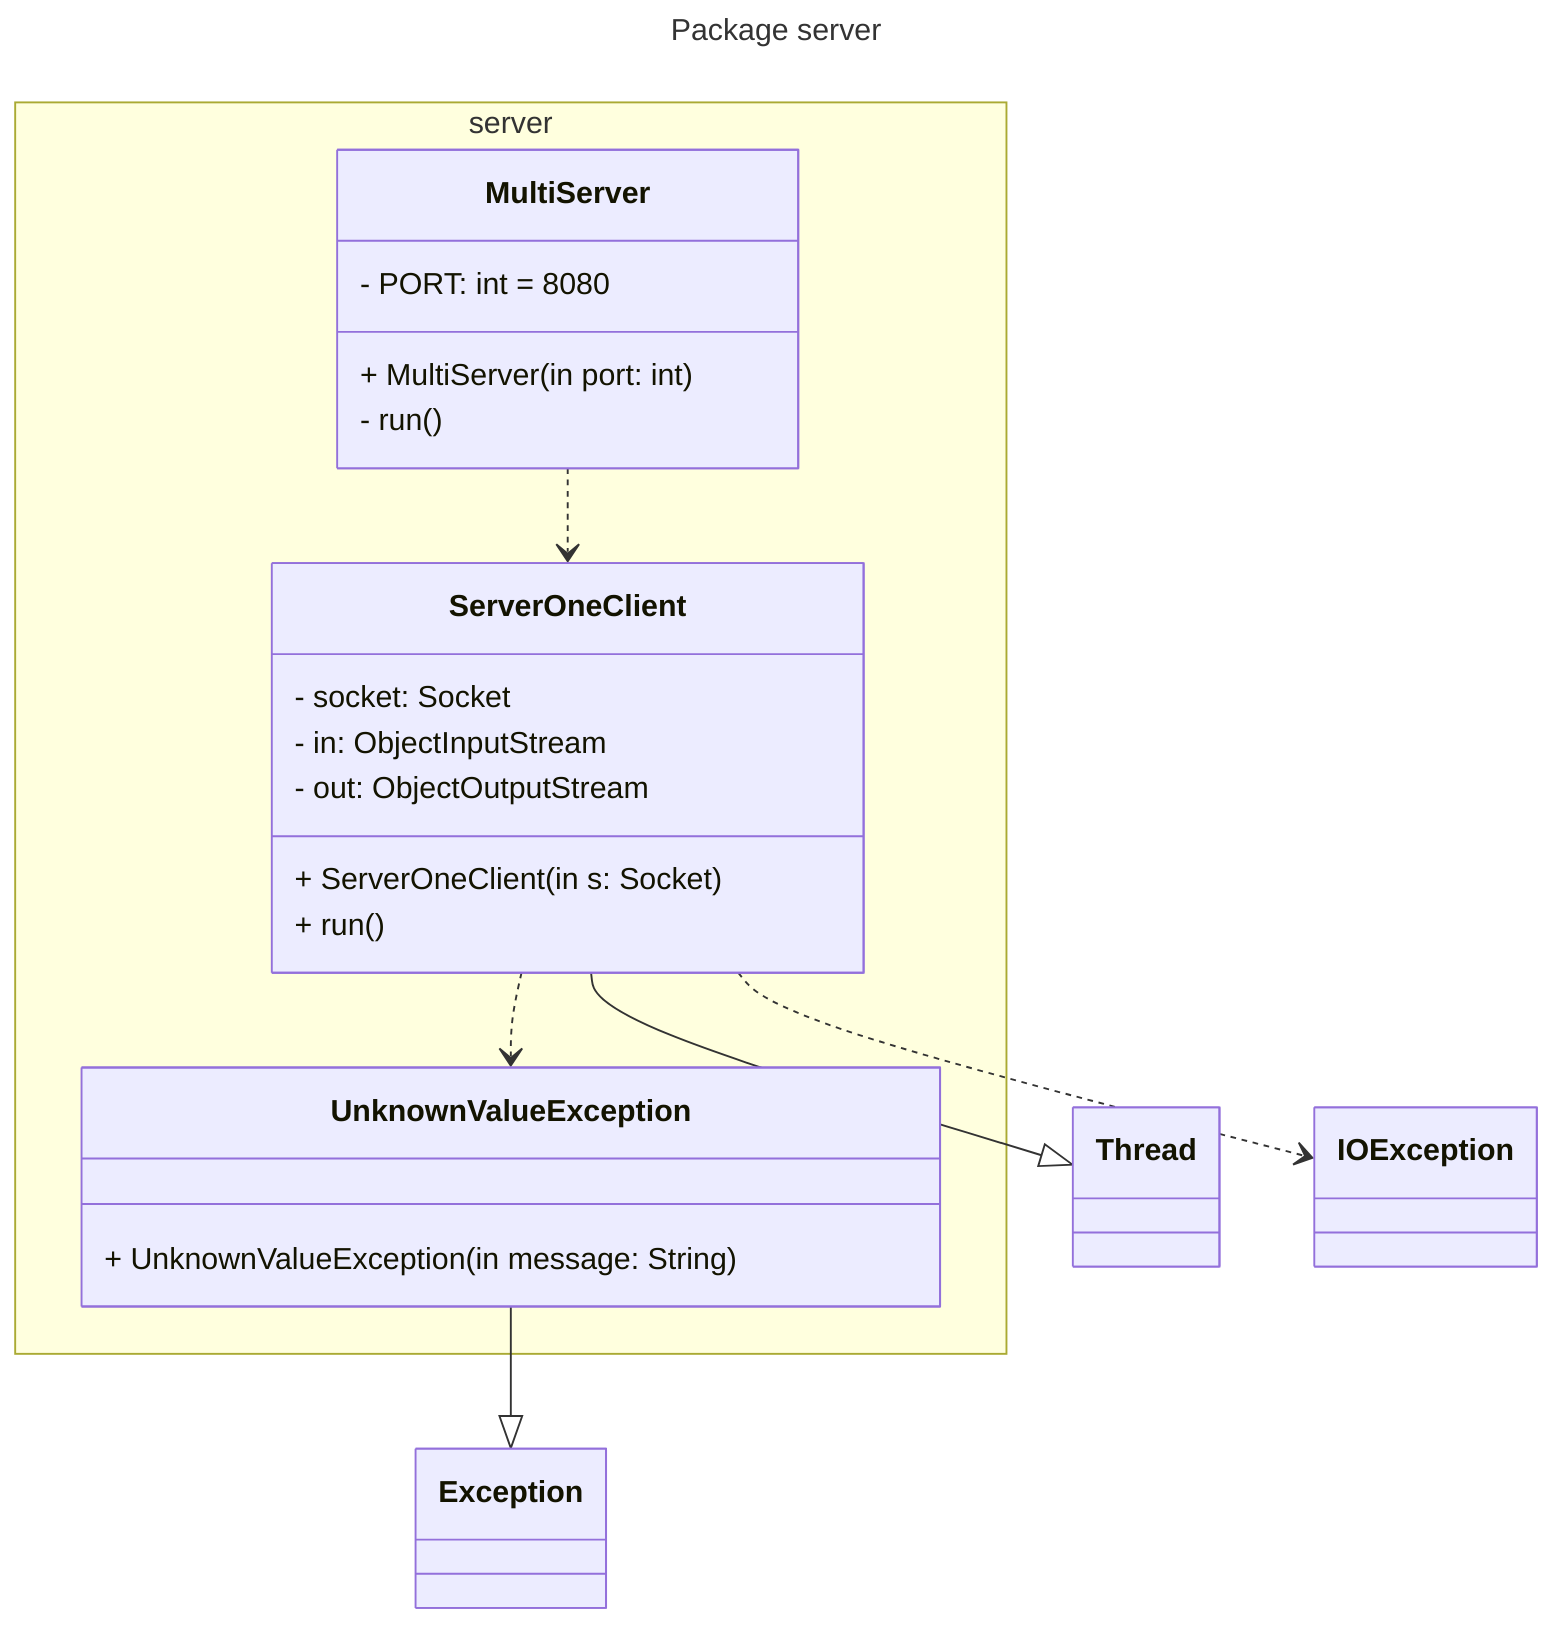
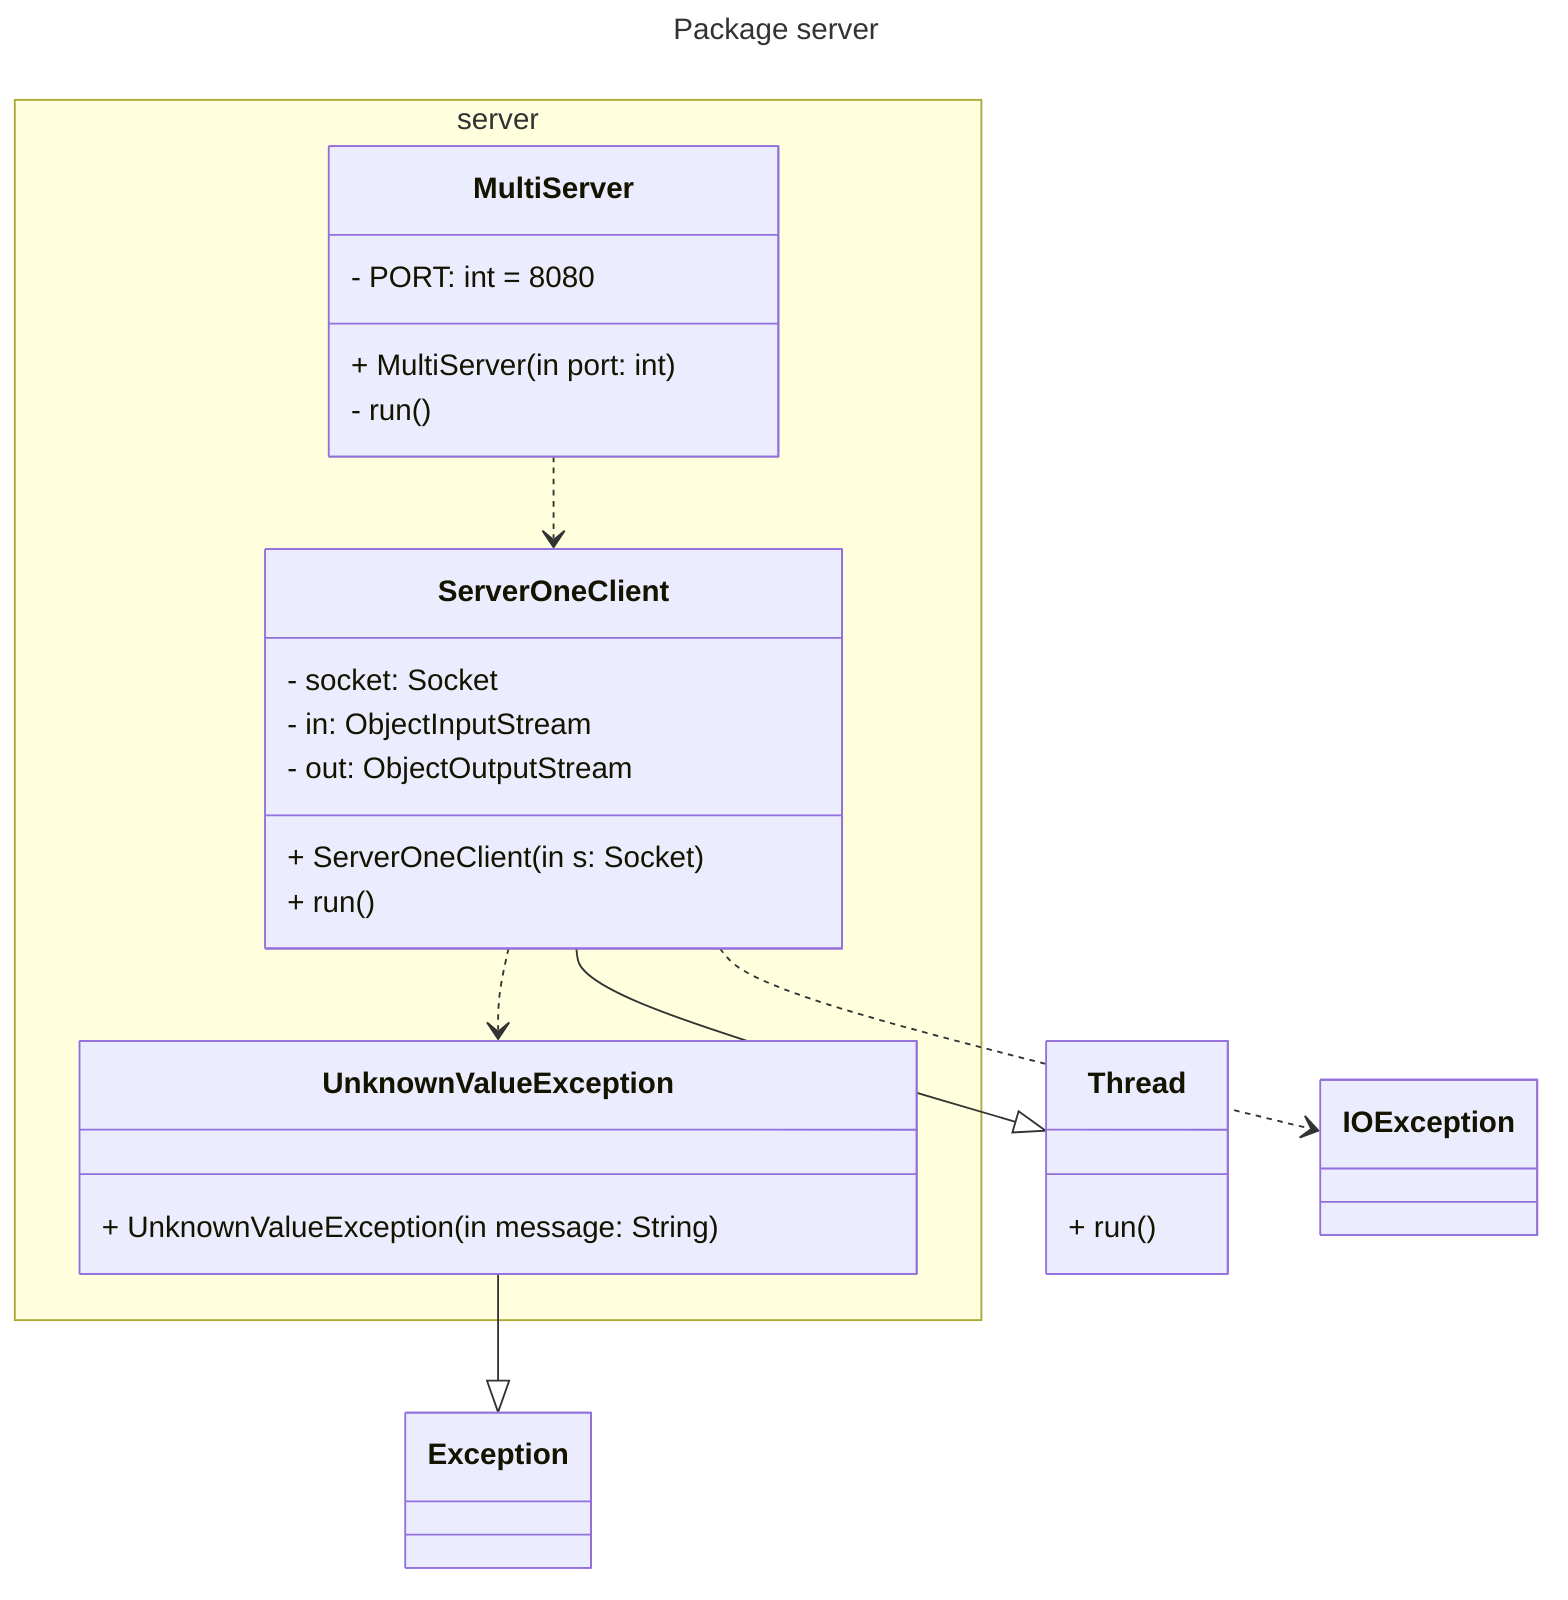
---
title: Package server
config:
  themeCSS: |
    .active rect {
      outline: 1.5px solid #9370DB;
      outline-offset: 3px;
    }
---
classDiagram
    namespace server {
        class MultiServer
        class ServerOneClient
        class UnknownValueException
    }
    class MultiServer {
        - PORT: int = 8080
        + MultiServer(in port: int)
        - run()
    }

    class ServerOneClient:::active {
        - socket: Socket
        - in: ObjectInputStream
        - out: ObjectOutputStream
        + ServerOneClient(in s: Socket)
        + run()
    }

    class UnknownValueException{
        + UnknownValueException(in message: String)
    }

    class Exception {
    }

    class Thread{
+       + run()
    }

    class IOException{
    }

    ServerOneClient --|> Thread
    ServerOneClient ..> UnknownValueException
    ServerOneClient ..> IOException
    MultiServer ..> ServerOneClient
    UnknownValueException --|> Exception

